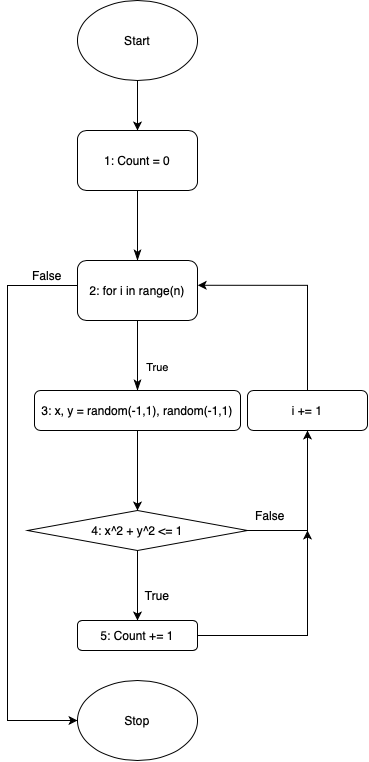
Pansartaxen/software_testing keeps this draw.io diagram as Assignment_1/dataflow_coverage.png. Above is the earlier version. Source tidied: cells renumbered, new cells last; positions are measured from the earlier drawing's top-left corner, leaving out a move shared by most shapes.
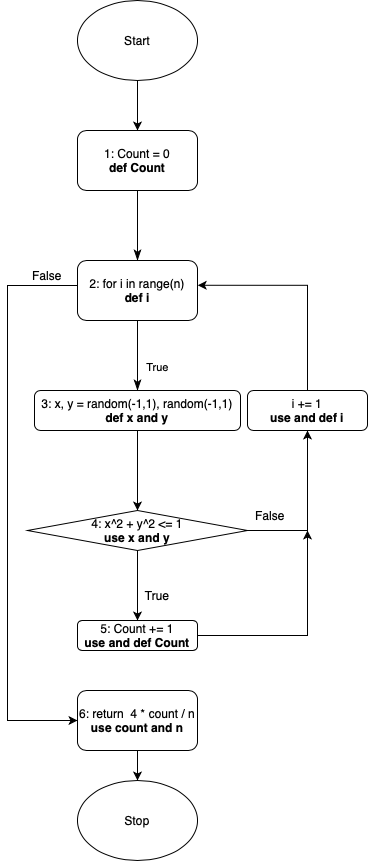
Above is the later version.

Diff of the diagram source:
```diff
@@ -10,7 +10,7 @@
         <mxPoint x="130" y="390" as="targetPoint" />
       </mxGeometry>
     </mxCell>
-    <mxCell id="4" style="edgeStyle=orthogonalEdgeStyle;rounded=0;jettySize=auto;html=1;entryX=0;entryY=0.5;entryDx=0;entryDy=0;" parent="1" edge="1" target="14">
+    <mxCell id="4" style="edgeStyle=orthogonalEdgeStyle;rounded=0;jettySize=auto;html=1;entryX=0;entryY=0.5;entryDx=0;entryDy=0;" parent="1" edge="1" target="23">
       <mxGeometry relative="1" as="geometry">
         <mxPoint x="75" y="285" as="sourcePoint" />
         <Array as="points">
@@ -24,7 +24,7 @@
         <mxPoint x="130" y="510" as="targetPoint" />
       </mxGeometry>
     </mxCell>
-    <mxCell id="6" value="3: x, y = random(-1,1),&amp;nbsp;random(-1,1)" style="rounded=1;whiteSpace=wrap;html=1;fontSize=12;glass=0;strokeWidth=1;shadow=0;" parent="1" vertex="1">
+    <mxCell id="6" value="3: x, y = random(-1,1),&amp;nbsp;random(-1,1)&lt;br&gt;&lt;b style=&quot;border-color: var(--border-color);&quot;&gt;def x and y&lt;/b&gt;" style="rounded=1;whiteSpace=wrap;html=1;fontSize=12;glass=0;strokeWidth=1;shadow=0;" parent="1" vertex="1">
       <mxGeometry x="27" y="390" width="206" height="40" as="geometry" />
     </mxCell>
     <mxCell id="7" style="edgeStyle=orthogonalEdgeStyle;rounded=0;jettySize=auto;html=1;" parent="1" edge="1" target="10">
@@ -48,7 +48,7 @@
         </Array>
       </mxGeometry>
     </mxCell>
-    <mxCell id="10" value="5: Count += 1" style="whiteSpace=wrap;html=1;rounded=1;glass=0;strokeWidth=1;shadow=0;" parent="1" vertex="1">
+    <mxCell id="10" value="5: Count += 1&lt;br&gt;&lt;b&gt;use and def Count&lt;/b&gt;" style="whiteSpace=wrap;html=1;rounded=1;glass=0;strokeWidth=1;shadow=0;" parent="1" vertex="1">
       <mxGeometry x="70" y="620" width="120" height="30" as="geometry" />
     </mxCell>
     <mxCell id="11" value="True" style="text;html=1;strokeColor=none;fillColor=none;align=center;verticalAlign=middle;whiteSpace=wrap;rounded=0;" parent="1" vertex="1">
@@ -57,11 +57,11 @@
     <mxCell id="12" value="False" style="text;html=1;strokeColor=none;fillColor=none;align=center;verticalAlign=middle;whiteSpace=wrap;rounded=0;" parent="1" vertex="1">
       <mxGeometry x="233" y="500" width="60" height="30" as="geometry" />
     </mxCell>
-    <mxCell id="13" value="4: x^2 + y^2 &amp;lt;= 1" style="rhombus;whiteSpace=wrap;html=1;" parent="1" vertex="1">
+    <mxCell id="13" value="4: x^2 + y^2 &amp;lt;= 1&lt;br&gt;&lt;b&gt;use x and y&lt;/b&gt;" style="rhombus;whiteSpace=wrap;html=1;" parent="1" vertex="1">
       <mxGeometry x="20" y="510" width="220" height="40" as="geometry" />
     </mxCell>
     <mxCell id="14" value="Stop" style="ellipse;whiteSpace=wrap;html=1;" parent="1" vertex="1">
-      <mxGeometry x="70" y="680" width="120" height="80" as="geometry" />
+      <mxGeometry x="70" y="780" width="120" height="80" as="geometry" />
     </mxCell>
     <mxCell id="15" value="False" style="text;html=1;strokeColor=none;fillColor=none;align=center;verticalAlign=middle;whiteSpace=wrap;rounded=0;" parent="1" vertex="1">
       <mxGeometry x="10" y="260" width="60" height="30" as="geometry" />
@@ -73,7 +73,7 @@
         </Array>
       </mxGeometry>
     </mxCell>
-    <mxCell id="17" value="i += 1" style="rounded=1;whiteSpace=wrap;html=1;" parent="1" vertex="1">
+    <mxCell id="17" value="i += 1&lt;br&gt;&lt;b&gt;use and def i&lt;/b&gt;" style="rounded=1;whiteSpace=wrap;html=1;" parent="1" vertex="1">
       <mxGeometry x="240" y="390" width="120" height="40" as="geometry" />
     </mxCell>
     <mxCell id="18" style="edgeStyle=orthogonalEdgeStyle;rounded=0;jettySize=auto;html=1;entryX=0.5;entryY=0;entryDx=0;entryDy=0;" parent="1" edge="1" source="19">
@@ -84,11 +84,17 @@
     <mxCell id="19" value="Start" style="ellipse;whiteSpace=wrap;html=1;" parent="1" vertex="1">
       <mxGeometry x="70" width="120" height="80" as="geometry" />
     </mxCell>
-    <mxCell id="20" value="1: Count = 0" style="rounded=1;whiteSpace=wrap;html=1;" parent="1" vertex="1">
+    <mxCell id="20" value="1: Count = 0&lt;br&gt;&lt;b&gt;def Count&lt;/b&gt;" style="rounded=1;whiteSpace=wrap;html=1;" parent="1" vertex="1">
       <mxGeometry x="70" y="130" width="120" height="60" as="geometry" />
     </mxCell>
-    <mxCell id="21" value="2: for i in range(n)" style="rounded=1;whiteSpace=wrap;html=1;" parent="1" vertex="1">
+    <mxCell id="21" value="2: for i in range(n)&lt;br&gt;&lt;b style=&quot;border-color: var(--border-color);&quot;&gt;def i&lt;/b&gt;" style="rounded=1;whiteSpace=wrap;html=1;" parent="1" vertex="1">
       <mxGeometry x="70" y="260" width="120" height="60" as="geometry" />
     </mxCell>
+    <mxCell id="22" style="edgeStyle=orthogonalEdgeStyle;rounded=0;jettySize=auto;html=1;" parent="1" edge="1" source="23" target="14">
+      <mxGeometry relative="1" as="geometry" />
+    </mxCell>
+    <mxCell id="23" value="6: return &amp;nbsp;4 * count / n&lt;br&gt;&lt;b&gt;use count and n&lt;/b&gt;" style="rounded=1;whiteSpace=wrap;html=1;" parent="1" vertex="1">
+      <mxGeometry x="70" y="690" width="120" height="60" as="geometry" />
+    </mxCell>
   </root>
 </mxGraphModel>
```
